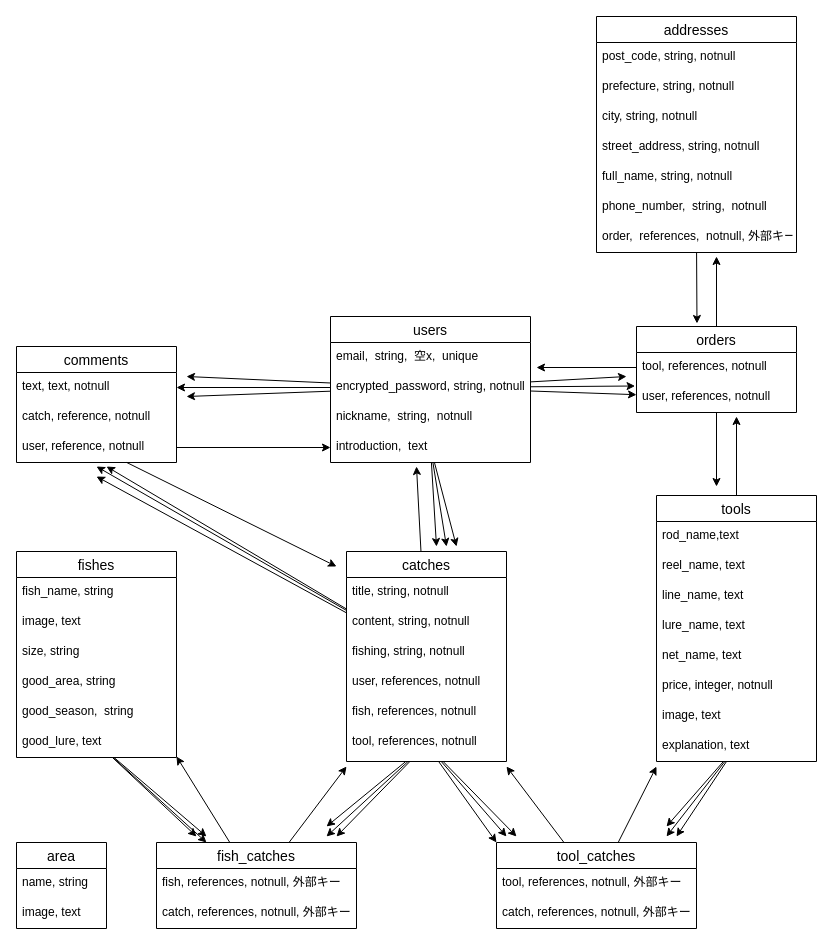
Earlier version of the draw.io diagram test.dio (youta19851124/fishing-room). Source tidied: cells renumbered, new cells numbered last; positions are measured from the earlier drawing's top-left corner, leaving out a move shared by most shapes. Both pictures are drawn from the tidied source at 100%, with x=0, y=0 at pixel (16, 16).
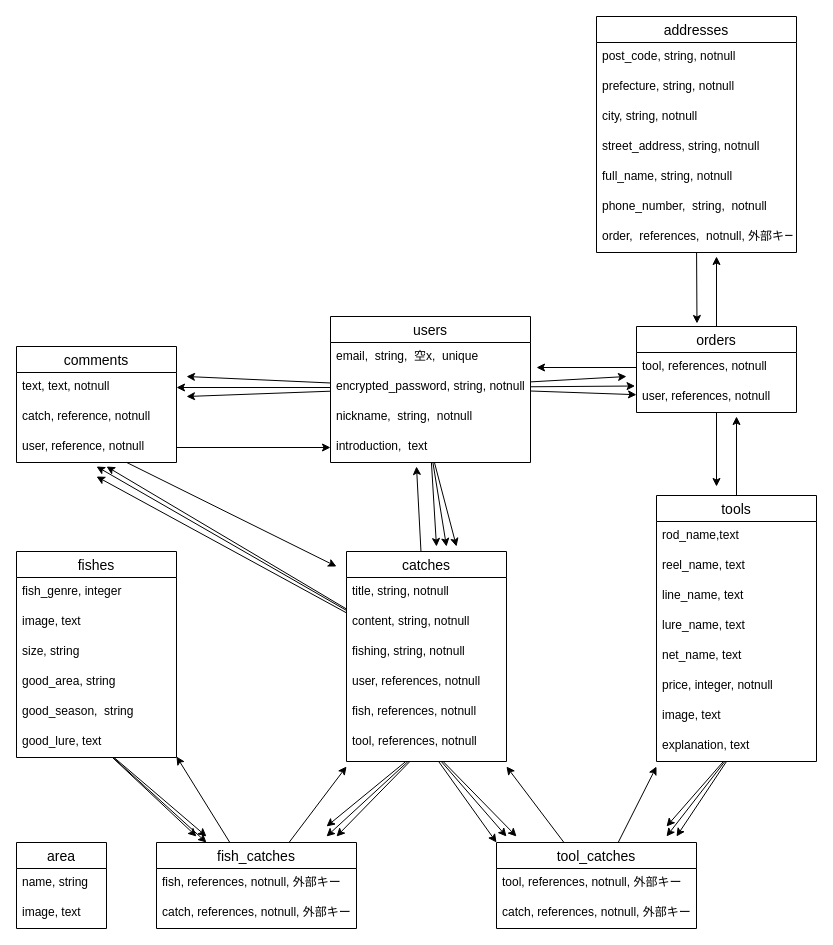
The same page after the edit.

The change refers to these unchanged cells:
```xml
<mxCell id="22" value="fishes" style="swimlane;fontStyle=0;horizontal=1;startSize=26;align=center;fontSize=14;" parent="1" vertex="1">
  <mxGeometry y="535" width="160" height="206" as="geometry" />
</mxCell>
```

What changed in the source:
```diff
@@
-    <mxCell id="23" value="fish_name, string" style="text;strokeColor=none;fillColor=none;spacingLeft=4;spacingRight=4;overflow=hidden;fontSize=12;" parent="22" vertex="1">
+    <mxCell id="23" value="fish_genre, integer" style="text;strokeColor=none;fillColor=none;spacingLeft=4;spacingRight=4;overflow=hidden;fontSize=12;" parent="22" vertex="1">
       <mxGeometry y="26" width="160" height="30" as="geometry" />
     </mxCell>
```
